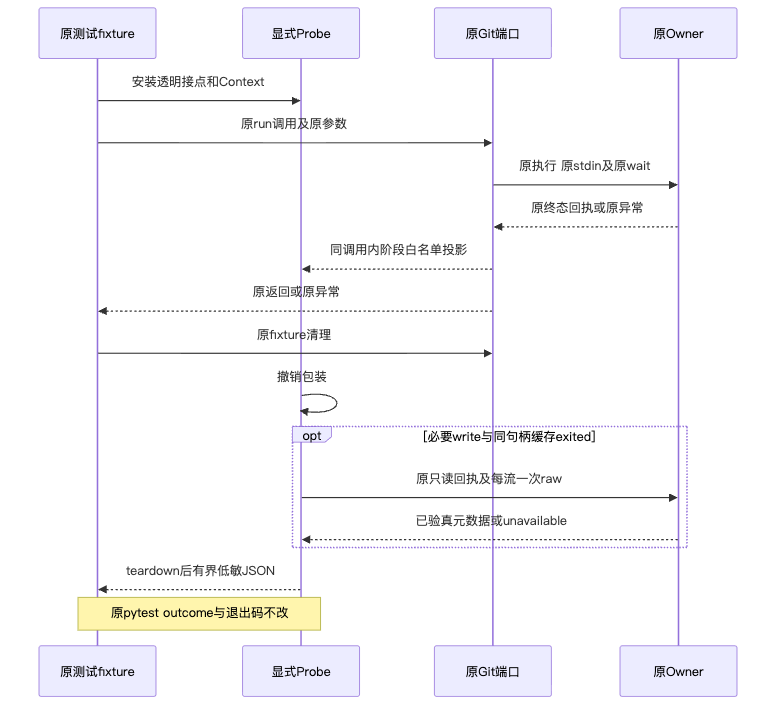
Before: docs/validation/windows-minimum-commit-probe-2026-10-01-v1/diagrams/sequence.png, a diagram exported from Mermaid (carrie1988/Harnessix). Its source is kept beside it as docs/validation/windows-minimum-commit-probe-2026-10-01-v1/diagrams/sequence.mmd. The source it was exported from:
```mermaid
sequenceDiagram
  participant T as 原测试fixture
  participant P as 显式Probe
  participant G as 原Git端口
  participant O as 原Owner
  T->>P: 安装透明接点和Context
  T->>G: 原run调用及原参数
  G->>O: 原执行 原stdin及原wait
  O-->>G: 原终态回执或原异常
  G-->>P: 同调用内阶段白名单投影
  G-->>T: 原返回或原异常
  T->>G: 原fixture清理
  P->>P: 撤销包装
  opt 必要write与同句柄缓存exited
    P->>O: 原只读回执及每流一次raw
    O-->>P: 已验真元数据或unavailable
  end
  P-->>T: teardown后有界低敏JSON
  Note over T,P: 原pytest outcome与退出码不改
```
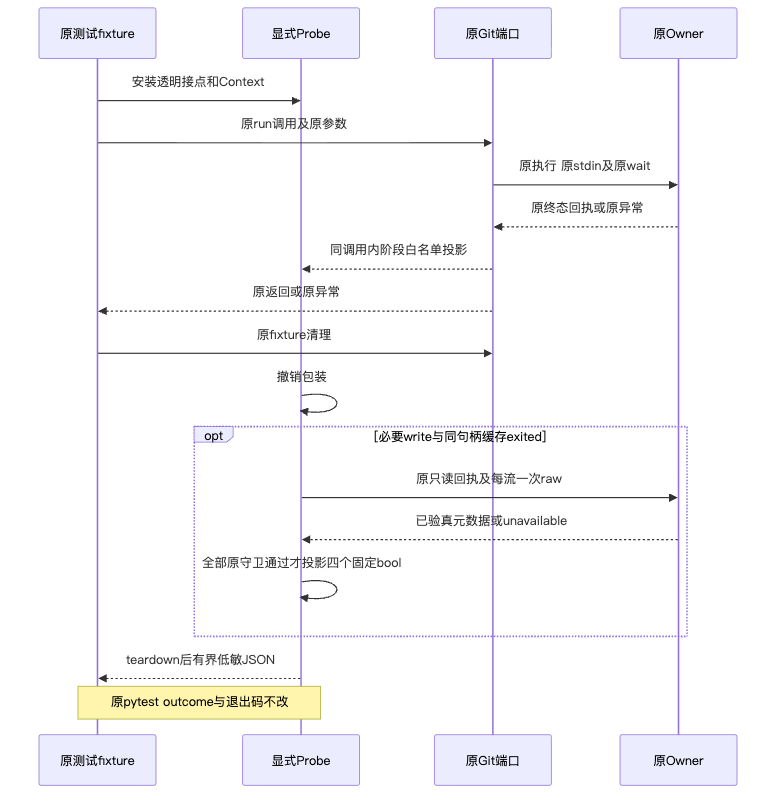
The same diagram one commit later.

Change to the diagram source:
```diff
@@ -14,6 +14,7 @@
   opt 必要write与同句柄缓存exited
     P->>O: 原只读回执及每流一次raw
     O-->>P: 已验真元数据或unavailable
+    P->>P: 全部原守卫通过才投影四个固定bool
   end
   P-->>T: teardown后有界低敏JSON
   Note over T,P: 原pytest outcome与退出码不改
```
